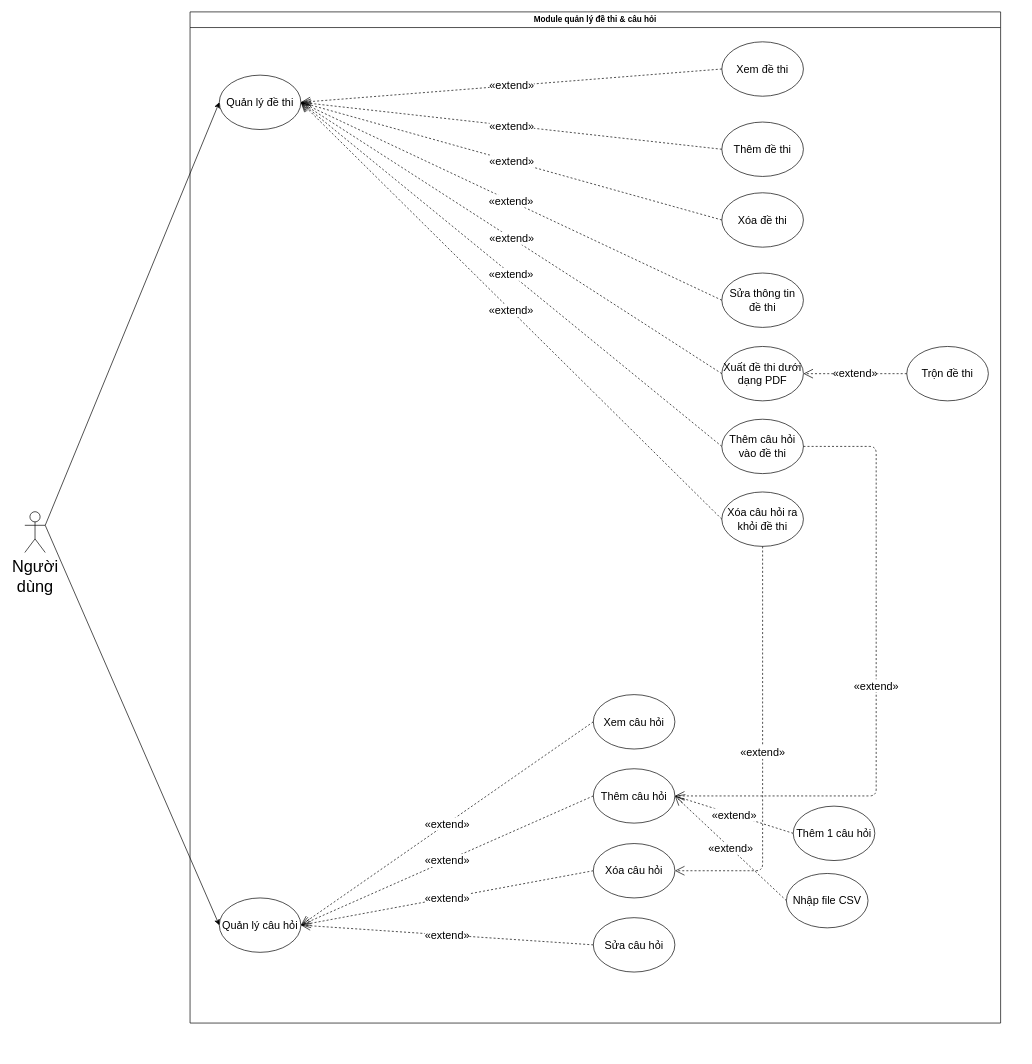
Earlier version of the draw.io diagram page "Đề thi & câu hỏi" (5 of 6) of Hình/usecasediagram.drawio (VDT1805/ChallengeCreator). Source tidied: cells renumbered, new cells numbered last; positions are measured from the earlier drawing's top-left corner, leaving out a move shared by most shapes. Both pictures are drawn from the tidied source at 68%, with x=0, y=0 at pixel (24, 12).
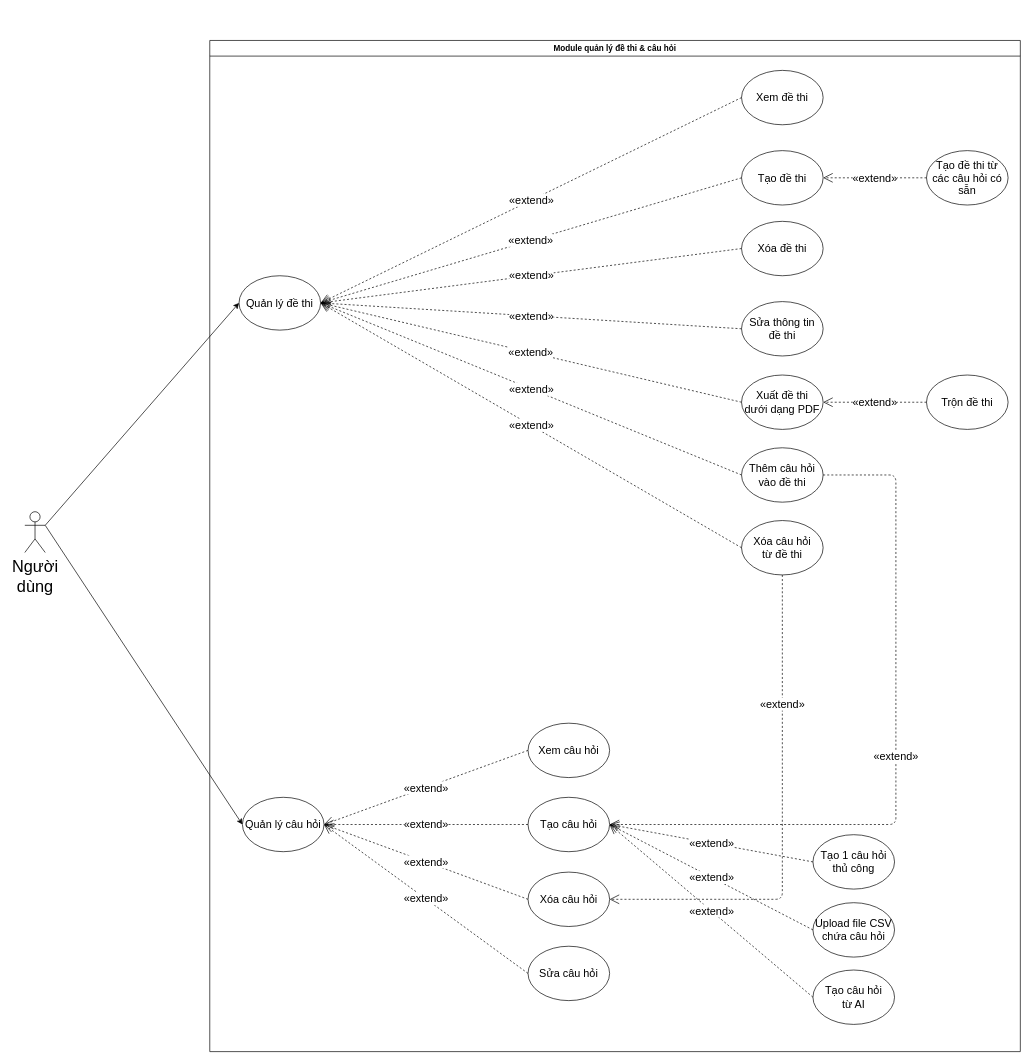
The same diagram, later.

Diff of the diagram source:
```diff
@@
     <mxCell id="2" value="Module quản lý đề thi &amp;amp; câu hỏi" style="swimlane;whiteSpace=wrap;html=1;startSize=23;" parent="1" vertex="1">
-      <mxGeometry x="243" width="1192" height="1487" as="geometry" />
+      <mxGeometry x="272" y="42" width="1192" height="1487" as="geometry" />
     </mxCell>
     <mxCell id="3" value="Quản lý đề thi" style="ellipse;whiteSpace=wrap;html=1;fontSize=16;" parent="2" vertex="1">
-      <mxGeometry x="43" y="93" width="120" height="80" as="geometry" />
+      <mxGeometry x="43" y="346" width="120" height="80" as="geometry" />
     </mxCell>
     <mxCell id="4" value="Quản lý câu hỏi" style="ellipse;whiteSpace=wrap;html=1;fontSize=16;" parent="2" vertex="1">
-      <mxGeometry x="43" y="1303" width="120" height="80" as="geometry" />
+      <mxGeometry x="48" y="1113" width="120" height="80" as="geometry" />
     </mxCell>
@@
-    <mxCell id="6" value="Thêm đề thi" style="ellipse;whiteSpace=wrap;html=1;fontSize=16;" parent="2" vertex="1">
+    <mxCell id="6" value="Tạo&amp;nbsp;đề thi" style="ellipse;whiteSpace=wrap;html=1;fontSize=16;" parent="2" vertex="1">
       <mxGeometry x="782" y="162" width="120" height="80" as="geometry" />
     </mxCell>
@@
     <mxCell id="8" value="Sửa câu hỏi" style="ellipse;whiteSpace=wrap;html=1;fontSize=16;" parent="2" vertex="1">
-      <mxGeometry x="593" y="1332" width="120" height="80" as="geometry" />
+      <mxGeometry x="468" y="1332" width="120" height="80" as="geometry" />
     </mxCell>
     <mxCell id="9" value="Xóa câu hỏi" style="ellipse;whiteSpace=wrap;html=1;fontSize=16;" parent="2" vertex="1">
-      <mxGeometry x="593" y="1223" width="120" height="80" as="geometry" />
+      <mxGeometry x="468" y="1223" width="120" height="80" as="geometry" />
     </mxCell>
-    <mxCell id="10" value="Thêm câu hỏi" style="ellipse;whiteSpace=wrap;html=1;fontSize=16;" parent="2" vertex="1">
-      <mxGeometry x="593" y="1113" width="120" height="80" as="geometry" />
+    <mxCell id="10" value="Tạo câu hỏi" style="ellipse;whiteSpace=wrap;html=1;fontSize=16;" parent="2" vertex="1">
+      <mxGeometry x="468" y="1113" width="120" height="80" as="geometry" />
     </mxCell>
@@
     <mxCell id="18" value="Xem câu hỏi" style="ellipse;whiteSpace=wrap;html=1;fontSize=16;" parent="2" vertex="1">
-      <mxGeometry x="593" y="1004" width="120" height="80" as="geometry" />
+      <mxGeometry x="468" y="1004" width="120" height="80" as="geometry" />
     </mxCell>
@@
-    <mxCell id="21" value="Xóa câu hỏi ra khỏi đề thi" style="ellipse;whiteSpace=wrap;html=1;fontSize=16;" parent="2" vertex="1">
+    <mxCell id="21" value="Xóa câu hỏi&lt;br&gt;từ đề thi" style="ellipse;whiteSpace=wrap;html=1;fontSize=16;" parent="2" vertex="1">
       <mxGeometry x="782" y="706" width="120" height="80" as="geometry" />
     </mxCell>
@@
     <mxCell id="23" value="&lt;div style=&quot;text-align: left;&quot;&gt;«extend»&lt;/div&gt;" style="endArrow=open;endSize=12;dashed=1;html=1;fontSize=16;exitX=0.5;exitY=1;exitDx=0;exitDy=0;entryX=1;entryY=0.5;entryDx=0;entryDy=0;" parent="2" edge="1" source="21" target="9">
-      <mxGeometry relative="1" as="geometry">
+      <mxGeometry x="-0.48" relative="1" as="geometry">
         <Array as="points">
           <mxPoint x="842" y="1263" />
         </Array>
       </mxGeometry>
     </mxCell>
@@
-    <mxCell id="27" value="Xuất đề thi dưới dạng PDF" style="ellipse;whiteSpace=wrap;html=1;fontSize=16;" parent="2" vertex="1">
+    <mxCell id="27" value="Xuất đề thi&lt;br&gt;dưới dạng PDF" style="ellipse;whiteSpace=wrap;html=1;fontSize=16;" parent="2" vertex="1">
       <mxGeometry x="782" y="492" width="120" height="80" as="geometry" />
     </mxCell>
@@
-    <mxCell id="31" value="Nhập file CSV" style="ellipse;whiteSpace=wrap;html=1;fontSize=16;" parent="2" vertex="1">
-      <mxGeometry x="877" y="1267" width="120" height="80" as="geometry" />
+    <mxCell id="31" value="Upload file CSV chứa câu hỏi" style="ellipse;whiteSpace=wrap;html=1;fontSize=16;" parent="2" vertex="1">
+      <mxGeometry x="887" y="1268" width="120" height="80" as="geometry" />
     </mxCell>
@@
-    <mxCell id="33" value="Thêm 1 câu hỏi" style="ellipse;whiteSpace=wrap;html=1;fontSize=16;" parent="2" vertex="1">
+    <mxCell id="33" value="Tạo 1 câu hỏi thủ công" style="ellipse;whiteSpace=wrap;html=1;fontSize=16;" parent="2" vertex="1">
       <mxGeometry x="887" y="1168" width="120" height="80" as="geometry" />
     </mxCell>
@@
+    <mxCell id="38" value="Tạo đề thi từ các câu hỏi có sẵn" style="ellipse;whiteSpace=wrap;html=1;fontSize=16;" parent="2" vertex="1">
+      <mxGeometry x="1054" y="162" width="120" height="80" as="geometry" />
+    </mxCell>
+    <mxCell id="39" value="&lt;div style=&quot;text-align: left;&quot;&gt;«extend»&lt;/div&gt;" style="endArrow=open;endSize=12;dashed=1;html=1;fontSize=16;entryX=1;entryY=0.5;entryDx=0;entryDy=0;exitX=0;exitY=0.5;exitDx=0;exitDy=0;" parent="2" edge="1" source="38">
+      <mxGeometry relative="1" as="geometry">
+        <mxPoint x="902" y="202" as="targetPoint" />
+      </mxGeometry>
+    </mxCell>
+    <mxCell id="40" value="Tạo câu hỏi&lt;br&gt;từ AI" style="ellipse;whiteSpace=wrap;html=1;fontSize=16;" parent="2" vertex="1">
+      <mxGeometry x="887" y="1367" width="120" height="80" as="geometry" />
+    </mxCell>
+    <mxCell id="41" value="&lt;div style=&quot;text-align: left;&quot;&gt;«extend»&lt;/div&gt;" style="endArrow=open;endSize=12;dashed=1;html=1;fontSize=16;exitX=0;exitY=0.5;exitDx=0;exitDy=0;entryX=1;entryY=0.5;entryDx=0;entryDy=0;" parent="2" edge="1" source="40" target="10">
+      <mxGeometry relative="1" as="geometry" />
+    </mxCell>
```
